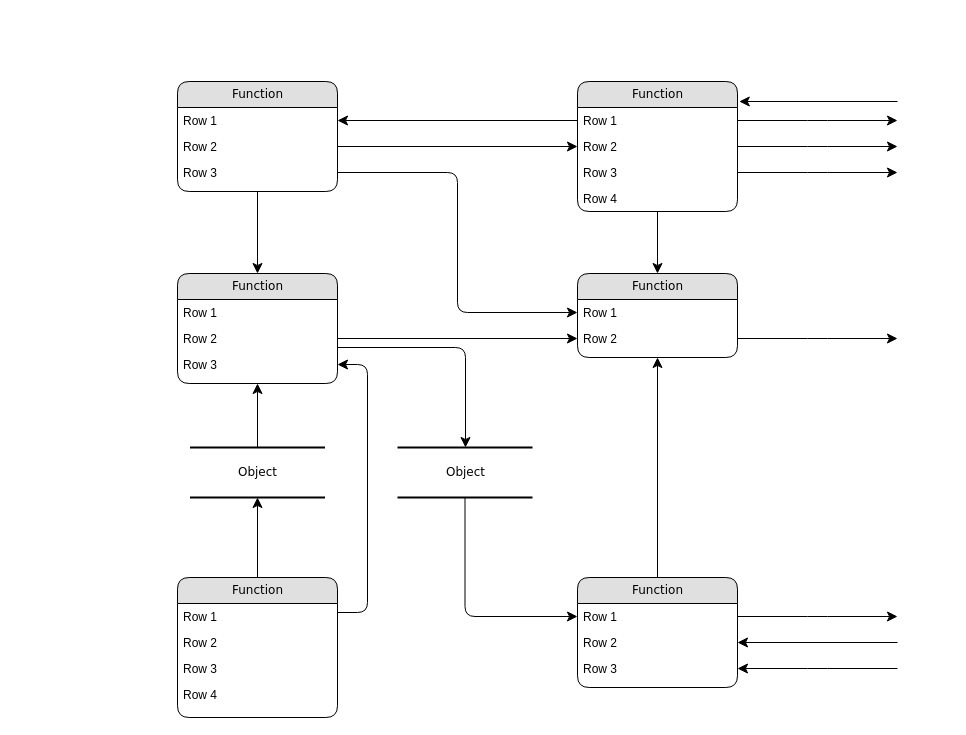
MaratFah/Draw.io keeps this draw.io diagram as Relabelling_Line_5.drawio. Above is the earlier version. Source tidied: cells renumbered, new cells numbered last; positions are measured from the earlier drawing's top-left corner, leaving out a move shared by most shapes. Both pictures are drawn from the tidied source at 100%, with x=0, y=0 at pixel (177, 81).
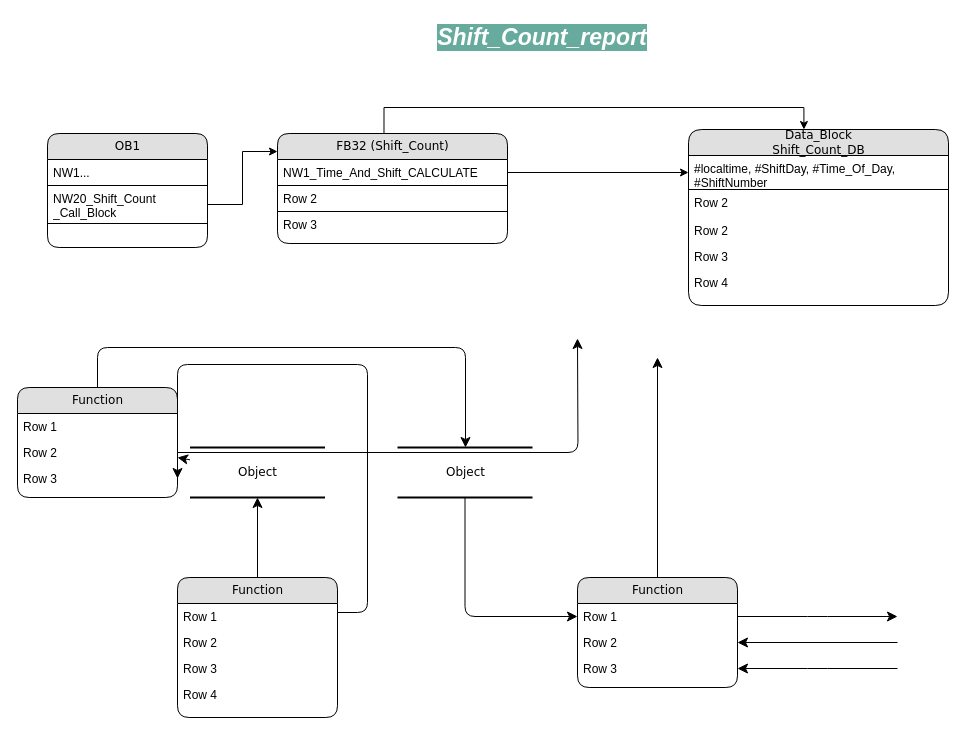
After the change.

The change refers to these unchanged cells:
```xml
<mxCell id="14" value="Row 2" style="text;html=1;strokeColor=none;fillColor=none;spacingLeft=4;spacingRight=4;whiteSpace=wrap;overflow=hidden;points=[[0,0.5],[1,0.5]];portConstraint=eastwest;" parent="12" vertex="1">
  <mxGeometry y="52" width="160" height="26" as="geometry" />
</mxCell>
<mxCell id="24" value="Function" style="swimlane;html=1;fontStyle=0;horizontal=1;startSize=26;fillColor=#e0e0e0;swimlaneFillColor=#ffffff;align=center;rounded=1;shadow=0;comic=0;labelBackgroundColor=none;strokeWidth=1;fontFamily=Verdana;fontSize=12;" parent="1" vertex="1">
  <mxGeometry x="400" y="496" width="160" height="110" as="geometry" />
</mxCell>
```

What changed in the source:
```diff
@@
+    <mxCell id="49" style="edgeStyle=orthogonalEdgeStyle;rounded=0;jettySize=auto;html=1;fontSize=23;fontColor=#FFFFFF;exitX=0.463;exitY=0;exitDx=0;exitDy=0;exitPerimeter=0;entryX=0.444;entryY=0;entryDx=0;entryDy=0;entryPerimeter=0;" parent="1" edge="1" source="3" target="7">
+      <mxGeometry relative="1" as="geometry">
+        <Array as="points">
+          <mxPoint x="207" y="26" />
+          <mxPoint x="626" y="26" />
+        </Array>
+      </mxGeometry>
+    </mxCell>
-    <mxCell id="3" value="Function" style="swimlane;html=1;fontStyle=0;horizontal=1;startSize=26;fillColor=#e0e0e0;swimlaneFillColor=#ffffff;align=center;rounded=1;shadow=0;comic=0;labelBackgroundColor=none;strokeWidth=1;fontFamily=Verdana;fontSize=12;" parent="1" vertex="1">
-      <mxGeometry width="160" height="110" as="geometry" />
+    <mxCell id="3" value="FB32 (Shift_Count)" style="swimlane;html=1;fontStyle=0;horizontal=1;startSize=26;fillColor=#e0e0e0;swimlaneFillColor=#ffffff;align=center;rounded=1;shadow=0;comic=0;labelBackgroundColor=none;strokeWidth=1;fontFamily=Verdana;fontSize=12;" parent="1" vertex="1">
+      <mxGeometry x="100" y="52" width="230" height="110" as="geometry" />
     </mxCell>
-    <mxCell id="4" value="Row 1" style="text;html=1;strokeColor=none;fillColor=none;spacingLeft=4;spacingRight=4;whiteSpace=wrap;overflow=hidden;points=[[0,0.5],[1,0.5]];portConstraint=eastwest;" parent="3" vertex="1">
-      <mxGeometry y="26" width="160" height="26" as="geometry" />
+    <mxCell id="4" value="NW1_Time_And_Shift_CALCULATE&amp;nbsp;" style="text;html=1;strokeColor=none;fillColor=none;spacingLeft=4;spacingRight=4;whiteSpace=wrap;overflow=hidden;points=[[0,0.5],[1,0.5]];portConstraint=eastwest;" parent="3" vertex="1">
+      <mxGeometry y="26" width="230" height="26" as="geometry" />
     </mxCell>
-    <mxCell id="5" value="Row 2" style="text;html=1;strokeColor=none;fillColor=none;spacingLeft=4;spacingRight=4;whiteSpace=wrap;overflow=hidden;points=[[0,0.5],[1,0.5]];portConstraint=eastwest;" parent="3" vertex="1">
-      <mxGeometry y="52" width="160" height="26" as="geometry" />
+    <mxCell id="5" value="Row 2" style="text;html=1;strokeColor=default;fillColor=none;spacingLeft=4;spacingRight=4;whiteSpace=wrap;overflow=hidden;points=[[0,0.5],[1,0.5]];portConstraint=eastwest;" parent="3" vertex="1">
+      <mxGeometry y="52" width="230" height="26" as="geometry" />
     </mxCell>
     <mxCell id="6" value="Row 3" style="text;html=1;strokeColor=none;fillColor=none;spacingLeft=4;spacingRight=4;whiteSpace=wrap;overflow=hidden;points=[[0,0.5],[1,0.5]];portConstraint=eastwest;" parent="3" vertex="1">
-      <mxGeometry y="78" width="160" height="26" as="geometry" />
+      <mxGeometry y="78" width="230" height="26" as="geometry" />
     </mxCell>
-    <mxCell id="7" value="Function" style="swimlane;html=1;fontStyle=0;horizontal=1;startSize=26;fillColor=#e0e0e0;swimlaneFillColor=#ffffff;align=center;rounded=1;shadow=0;comic=0;labelBackgroundColor=none;strokeWidth=1;fontFamily=Verdana;fontSize=12;" parent="1" vertex="1">
-      <mxGeometry x="400" width="160" height="130" as="geometry" />
+    <mxCell id="7" value="Data_Block&lt;br&gt;Shift_Count_DB" style="swimlane;html=1;fontStyle=0;horizontal=1;startSize=26;fillColor=#e0e0e0;swimlaneFillColor=#ffffff;align=center;rounded=1;shadow=0;comic=0;labelBackgroundColor=none;strokeWidth=1;fontFamily=Verdana;fontSize=12;arcSize=17;" parent="1" vertex="1">
+      <mxGeometry x="511" y="48" width="260" height="176" as="geometry" />
     </mxCell>
-    <mxCell id="8" value="Row 1" style="text;html=1;strokeColor=none;fillColor=none;spacingLeft=4;spacingRight=4;whiteSpace=wrap;overflow=hidden;points=[[0,0.5],[1,0.5]];portConstraint=eastwest;" parent="7" vertex="1">
-      <mxGeometry y="26" width="160" height="26" as="geometry" />
+    <mxCell id="8" value="#localtime,&amp;nbsp;#ShiftDay,&amp;nbsp;#Time_Of_Day,&lt;br&gt;#ShiftNumber" style="text;html=1;strokeColor=default;fillColor=none;spacingLeft=4;spacingRight=4;whiteSpace=wrap;overflow=hidden;points=[[0,0.5],[1,0.5]];portConstraint=eastwest;" parent="7" vertex="1">
+      <mxGeometry y="26" width="260" height="34" as="geometry" />
     </mxCell>
+    <mxCell id="23" value="Row 2" style="text;html=1;strokeColor=none;fillColor=none;spacingLeft=4;spacingRight=4;whiteSpace=wrap;overflow=hidden;points=[[0,0.5],[1,0.5]];portConstraint=eastwest;" parent="7" vertex="1">
+      <mxGeometry y="60" width="260" height="28" as="geometry" />
+    </mxCell>
     <mxCell id="9" value="Row 2" style="text;html=1;strokeColor=none;fillColor=none;spacingLeft=4;spacingRight=4;whiteSpace=wrap;overflow=hidden;points=[[0,0.5],[1,0.5]];portConstraint=eastwest;" parent="7" vertex="1">
-      <mxGeometry y="52" width="160" height="26" as="geometry" />
+      <mxGeometry y="88" width="260" height="26" as="geometry" />
     </mxCell>
     <mxCell id="10" value="Row 3" style="text;html=1;strokeColor=none;fillColor=none;spacingLeft=4;spacingRight=4;whiteSpace=wrap;overflow=hidden;points=[[0,0.5],[1,0.5]];portConstraint=eastwest;" parent="7" vertex="1">
-      <mxGeometry y="78" width="160" height="26" as="geometry" />
+      <mxGeometry y="114" width="260" height="26" as="geometry" />
     </mxCell>
     <mxCell id="11" value="Row 4" style="text;html=1;strokeColor=none;fillColor=none;spacingLeft=4;spacingRight=4;whiteSpace=wrap;overflow=hidden;" parent="7" vertex="1">
-      <mxGeometry y="104" width="160" height="26" as="geometry" />
+      <mxGeometry y="140" width="260" height="26" as="geometry" />
     </mxCell>
     <mxCell id="12" value="Function" style="swimlane;html=1;fontStyle=0;horizontal=1;startSize=26;fillColor=#e0e0e0;swimlaneFillColor=#ffffff;align=center;rounded=1;shadow=0;comic=0;labelBackgroundColor=none;strokeWidth=1;fontFamily=Verdana;fontSize=12;" parent="1" vertex="1">
-      <mxGeometry y="192" width="160" height="110" as="geometry" />
+      <mxGeometry x="-160" y="306" width="160" height="110" as="geometry" />
     </mxCell>
@@
-    <mxCell id="21" value="Function" style="swimlane;html=1;fontStyle=0;horizontal=1;startSize=26;fillColor=#e0e0e0;swimlaneFillColor=#ffffff;align=center;rounded=1;shadow=0;comic=0;labelBackgroundColor=none;strokeWidth=1;fontFamily=Verdana;fontSize=12;" parent="1" vertex="1">
-      <mxGeometry x="400" y="192" width="160" height="84" as="geometry" />
-    </mxCell>
-    <mxCell id="22" value="Row 1" style="text;html=1;strokeColor=none;fillColor=none;spacingLeft=4;spacingRight=4;whiteSpace=wrap;overflow=hidden;points=[[0,0.5],[1,0.5]];portConstraint=eastwest;" parent="21" vertex="1">
-      <mxGeometry y="26" width="160" height="26" as="geometry" />
-    </mxCell>
-    <mxCell id="23" value="Row 2" style="text;html=1;strokeColor=none;fillColor=none;spacingLeft=4;spacingRight=4;whiteSpace=wrap;overflow=hidden;points=[[0,0.5],[1,0.5]];portConstraint=eastwest;" parent="21" vertex="1">
-      <mxGeometry y="52" width="160" height="26" as="geometry" />
-    </mxCell>
@@
-    <mxCell id="34" style="edgeStyle=orthogonalEdgeStyle;html=1;labelBackgroundColor=none;startFill=0;startSize=8;endFill=1;endSize=8;fontFamily=Verdana;fontSize=12;" parent="1" edge="1" source="3" target="12">
-      <mxGeometry relative="1" as="geometry" />
-    </mxCell>
-    <mxCell id="35" style="edgeStyle=orthogonalEdgeStyle;html=1;labelBackgroundColor=none;startFill=0;startSize=8;endFill=1;endSize=8;fontFamily=Verdana;fontSize=12;" parent="1" edge="1" source="24" target="21">
-      <mxGeometry relative="1" as="geometry" />
+    <mxCell id="35" style="edgeStyle=orthogonalEdgeStyle;html=1;labelBackgroundColor=none;startFill=0;startSize=8;endFill=1;endSize=8;fontFamily=Verdana;fontSize=12;" parent="1" edge="1" source="24">
+      <mxGeometry relative="1" as="geometry">
+        <mxPoint x="480" y="276" as="targetPoint" />
+      </mxGeometry>
     </mxCell>
-    <mxCell id="36" style="edgeStyle=orthogonalEdgeStyle;html=1;labelBackgroundColor=none;startFill=0;startSize=8;endFill=1;endSize=8;fontFamily=Verdana;fontSize=12;" parent="1" edge="1" source="7" target="21">
-      <mxGeometry relative="1" as="geometry" />
-    </mxCell>
-    <mxCell id="37" style="edgeStyle=orthogonalEdgeStyle;html=1;entryX=0;entryY=0.5;labelBackgroundColor=none;startFill=0;startSize=8;endFill=1;endSize=8;fontFamily=Verdana;fontSize=12;exitX=1;exitY=0.5;" parent="1" edge="1" source="5" target="9">
-      <mxGeometry relative="1" as="geometry" />
-    </mxCell>
-    <mxCell id="38" style="edgeStyle=orthogonalEdgeStyle;html=1;exitX=0;exitY=0.5;entryX=1;entryY=0.5;labelBackgroundColor=none;startFill=0;startSize=8;endFill=1;endSize=8;fontFamily=Verdana;fontSize=12;" parent="1" edge="1" source="8" target="4">
-      <mxGeometry relative="1" as="geometry" />
-    </mxCell>
-    <mxCell id="39" style="edgeStyle=orthogonalEdgeStyle;html=1;exitX=1;exitY=0.5;entryX=0;entryY=0.5;labelBackgroundColor=none;startFill=0;startSize=8;endFill=1;endSize=8;fontFamily=Verdana;fontSize=12;" parent="1" edge="1" source="6" target="22">
-      <mxGeometry relative="1" as="geometry" />
-    </mxCell>
-    <mxCell id="40" style="edgeStyle=orthogonalEdgeStyle;html=1;exitX=1;exitY=0.5;entryX=0;entryY=0.5;labelBackgroundColor=none;startFill=0;startSize=8;endFill=1;endSize=8;fontFamily=Verdana;fontSize=12;" parent="1" edge="1" source="14" target="23">
-      <mxGeometry relative="1" as="geometry" />
+    <mxCell id="40" style="edgeStyle=orthogonalEdgeStyle;html=1;exitX=1;exitY=0.5;entryX=0;entryY=0.5;labelBackgroundColor=none;startFill=0;startSize=8;endFill=1;endSize=8;fontFamily=Verdana;fontSize=12;" parent="1" edge="1" source="14">
+      <mxGeometry relative="1" as="geometry">
+        <mxPoint x="400" y="257" as="targetPoint" />
+      </mxGeometry>
     </mxCell>
-    <mxCell id="41" style="edgeStyle=orthogonalEdgeStyle;html=1;labelBackgroundColor=none;startFill=0;startSize=8;endFill=1;endSize=8;fontFamily=Verdana;fontSize=12;" parent="1" edge="1" source="23">
-      <mxGeometry relative="1" as="geometry">
-        <mxPoint x="720" y="257" as="targetPoint" />
-      </mxGeometry>
-    </mxCell>
@@
-    <mxCell id="45" style="edgeStyle=orthogonalEdgeStyle;html=1;exitX=1;exitY=0.5;labelBackgroundColor=none;startFill=0;startSize=8;endFill=1;endSize=8;fontFamily=Verdana;fontSize=12;" parent="1" edge="1" source="8">
-      <mxGeometry relative="1" as="geometry">
-        <mxPoint x="720" y="39" as="targetPoint" />
-      </mxGeometry>
-    </mxCell>
-    <mxCell id="46" style="edgeStyle=orthogonalEdgeStyle;html=1;exitX=1;exitY=0.5;labelBackgroundColor=none;startFill=0;startSize=8;endFill=1;endSize=8;fontFamily=Verdana;fontSize=12;" parent="1" edge="1" source="9">
-      <mxGeometry relative="1" as="geometry">
-        <mxPoint x="720" y="65" as="targetPoint" />
-      </mxGeometry>
-    </mxCell>
-    <mxCell id="47" style="edgeStyle=orthogonalEdgeStyle;html=1;exitX=1;exitY=0.5;labelBackgroundColor=none;startFill=0;startSize=8;endFill=1;endSize=8;fontFamily=Verdana;fontSize=12;" parent="1" edge="1" source="10">
-      <mxGeometry relative="1" as="geometry">
-        <mxPoint x="720" y="91" as="targetPoint" />
-      </mxGeometry>
-    </mxCell>
-    <mxCell id="48" style="edgeStyle=elbowEdgeStyle;html=1;labelBackgroundColor=none;startFill=0;startSize=8;endFill=1;endSize=8;fontFamily=Verdana;fontSize=12;elbow=vertical;entryX=1.011;entryY=0.152;entryPerimeter=0;" parent="1" edge="1" target="7">
-      <mxGeometry relative="1" as="geometry">
-        <mxPoint x="720" y="20" as="sourcePoint" />
-        <Array as="points">
-          <mxPoint x="650" y="20" />
-        </Array>
-      </mxGeometry>
-    </mxCell>
+    <mxCell id="50" value="Shift_Count_report" style="text;html=1;strokeColor=none;fillColor=none;align=center;verticalAlign=middle;whiteSpace=wrap;rounded=0;fontSize=23;fontStyle=3;labelBackgroundColor=#67AB9F;fontColor=#FFFFFF;" parent="1" vertex="1">
+      <mxGeometry x="130" y="-64" width="470" height="40" as="geometry" />
+    </mxCell>
+    <mxCell id="51" value="OB1" style="swimlane;html=1;fontStyle=0;horizontal=1;startSize=26;fillColor=#e0e0e0;swimlaneFillColor=#ffffff;align=center;rounded=1;shadow=0;comic=0;labelBackgroundColor=none;strokeWidth=1;fontFamily=Verdana;fontSize=12;" parent="1" vertex="1">
+      <mxGeometry x="-130" y="52" width="160" height="114" as="geometry" />
+    </mxCell>
+    <mxCell id="52" value="NW1..." style="text;html=1;strokeColor=none;fillColor=none;spacingLeft=4;spacingRight=4;whiteSpace=wrap;overflow=hidden;" parent="51" vertex="1">
+      <mxGeometry y="26" width="160" height="26" as="geometry" />
+    </mxCell>
+    <mxCell id="53" value="NW20_Shift_Count&lt;br&gt;_Call_Block" style="text;html=1;strokeColor=default;fillColor=none;spacingLeft=4;spacingRight=4;whiteSpace=wrap;overflow=hidden;points=[[0,0.5],[1,0.5]];portConstraint=eastwest;" parent="51" vertex="1">
+      <mxGeometry y="52" width="160" height="38" as="geometry" />
+    </mxCell>
+    <mxCell id="54" style="edgeStyle=orthogonalEdgeStyle;rounded=0;jettySize=auto;html=1;entryX=0;entryY=0.164;entryDx=0;entryDy=0;entryPerimeter=0;fontSize=23;fontColor=#FFFFFF;" parent="1" edge="1" source="53" target="3">
+      <mxGeometry relative="1" as="geometry" />
+    </mxCell>
+    <mxCell id="55" style="edgeStyle=orthogonalEdgeStyle;rounded=0;jettySize=auto;html=1;entryX=0;entryY=0.5;entryDx=0;entryDy=0;" parent="1" edge="1" source="4" target="8">
+      <mxGeometry relative="1" as="geometry" />
+    </mxCell>
```
